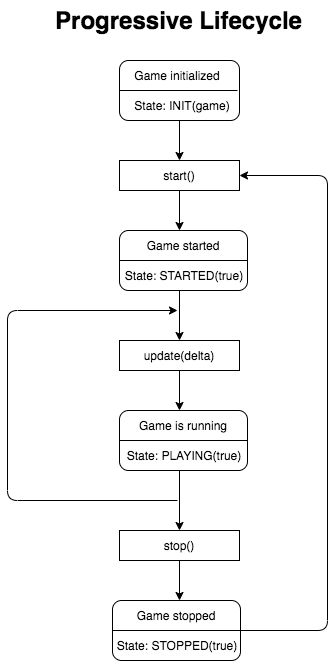
CrissNamon/progressive keeps this draw.io diagram as Progressive lifecycle.png. Above is the earlier version. Source tidied: cells renumbered, new cells last; positions are measured from the earlier drawing's top-left corner, leaving out a move shared by most shapes. Source of this version:
```xml
<mxGraphModel background="#FFFFFF">
  <root>
    <mxCell id="0" />
    <mxCell id="1" parent="0" />
    <mxCell id="2" style="rounded=1;whiteSpace=wrap;html=1;" parent="1" vertex="1">
      <mxGeometry x="112" y="60" width="120" height="60" as="geometry" />
    </mxCell>
    <mxCell id="3" style="edgeStyle=orthogonalEdgeStyle;rounded=0;jettySize=auto;html=1;exitX=0.5;exitY=1;exitDx=0;exitDy=0;entryX=0.5;entryY=0;entryDx=0;entryDy=0;" parent="1" edge="1" target="8">
      <mxGeometry relative="1" as="geometry">
        <mxPoint x="172" y="290" as="sourcePoint" />
      </mxGeometry>
    </mxCell>
    <mxCell id="4" value="start()" style="rounded=0;whiteSpace=wrap;html=1;" parent="1" vertex="1">
      <mxGeometry x="112" y="160" width="120" height="30" as="geometry" />
    </mxCell>
    <mxCell id="5" style="endArrow=classic;html=1;exitX=0.5;exitY=1;exitDx=0;exitDy=0;entryX=0.5;entryY=0;entryDx=0;entryDy=0;" parent="1" edge="1" source="2" target="4">
      <mxGeometry relative="1" as="geometry" />
    </mxCell>
    <mxCell id="6" style="endArrow=classic;html=1;exitX=0.5;exitY=1;exitDx=0;exitDy=0;entryX=0.5;entryY=0;entryDx=0;entryDy=0;" parent="1" edge="1" source="4">
      <mxGeometry relative="1" as="geometry">
        <mxPoint x="172" y="230" as="targetPoint" />
      </mxGeometry>
    </mxCell>
    <mxCell id="7" style="edgeStyle=orthogonalEdgeStyle;rounded=0;jettySize=auto;html=1;exitX=0.5;exitY=1;exitDx=0;exitDy=0;entryX=0.5;entryY=0;entryDx=0;entryDy=0;" parent="1" edge="1" source="8">
      <mxGeometry relative="1" as="geometry">
        <mxPoint x="172" y="410" as="targetPoint" />
      </mxGeometry>
    </mxCell>
    <mxCell id="8" value="update(delta)" style="rounded=0;whiteSpace=wrap;html=1;" parent="1" vertex="1">
      <mxGeometry x="112" y="340" width="120" height="30" as="geometry" />
    </mxCell>
    <mxCell id="9" style="endArrow=classic;html=1;" parent="1" edge="1">
      <mxGeometry relative="1" as="geometry">
        <mxPoint x="170" y="500" as="sourcePoint" />
        <mxPoint x="170" y="310" as="targetPoint" />
        <Array as="points">
          <mxPoint y="500" />
          <mxPoint y="310" />
        </Array>
      </mxGeometry>
    </mxCell>
    <mxCell id="10" value="stop()" style="rounded=0;whiteSpace=wrap;html=1;" parent="1" vertex="1">
      <mxGeometry x="112" y="530" width="120" height="30" as="geometry" />
    </mxCell>
    <mxCell id="11" style="endArrow=classic;html=1;entryX=0.5;entryY=0;entryDx=0;entryDy=0;exitX=0.5;exitY=1;exitDx=0;exitDy=0;" parent="1" edge="1" target="10">
      <mxGeometry relative="1" as="geometry">
        <mxPoint x="172" y="470" as="sourcePoint" />
      </mxGeometry>
    </mxCell>
    <mxCell id="12" style="endArrow=classic;html=1;entryX=0.5;entryY=0;entryDx=0;entryDy=0;exitX=0.5;exitY=1;exitDx=0;exitDy=0;" parent="1" edge="1" source="10">
      <mxGeometry relative="1" as="geometry">
        <mxPoint x="172" y="600" as="targetPoint" />
      </mxGeometry>
    </mxCell>
    <mxCell id="13" style="endArrow=classic;html=1;exitX=1;exitY=0.5;exitDx=0;exitDy=0;entryX=1;entryY=0.5;entryDx=0;entryDy=0;" parent="1" edge="1" target="4">
      <mxGeometry relative="1" as="geometry">
        <mxPoint x="232" y="630" as="sourcePoint" />
        <Array as="points">
          <mxPoint x="320" y="630" />
          <mxPoint x="320" y="175" />
        </Array>
      </mxGeometry>
    </mxCell>
    <mxCell id="14" style="line;strokeWidth=1;html=1;" parent="1" vertex="1">
      <mxGeometry x="112" y="85" width="118" height="10" as="geometry" />
    </mxCell>
    <mxCell id="15" value="Game initialized" style="text;html=1;strokeColor=none;fillColor=none;align=center;verticalAlign=middle;whiteSpace=wrap;rounded=0;" parent="1" vertex="1">
      <mxGeometry x="115" y="65" width="110" height="20" as="geometry" />
    </mxCell>
    <mxCell id="16" value="State: INIT(game)" style="text;html=1;strokeColor=none;fillColor=none;align=center;verticalAlign=middle;whiteSpace=wrap;rounded=0;" parent="1" vertex="1">
      <mxGeometry x="120" y="95" width="110" height="20" as="geometry" />
    </mxCell>
    <mxCell id="17" style="rounded=1;whiteSpace=wrap;html=1;" parent="1" vertex="1">
      <mxGeometry x="112" y="230" width="128" height="60" as="geometry" />
    </mxCell>
    <mxCell id="18" style="line;strokeWidth=1;html=1;" parent="1" vertex="1">
      <mxGeometry x="112" y="255" width="128" height="10" as="geometry" />
    </mxCell>
    <mxCell id="19" value="Game started" style="text;html=1;strokeColor=none;fillColor=none;align=center;verticalAlign=middle;whiteSpace=wrap;rounded=0;" parent="1" vertex="1">
      <mxGeometry x="121" y="235" width="110" height="20" as="geometry" />
    </mxCell>
    <mxCell id="20" value="State: STARTED(true)" style="text;html=1;strokeColor=none;fillColor=none;align=center;verticalAlign=middle;whiteSpace=wrap;rounded=0;" parent="1" vertex="1">
      <mxGeometry x="112" y="265" width="130" height="20" as="geometry" />
    </mxCell>
    <mxCell id="21" style="rounded=1;whiteSpace=wrap;html=1;" parent="1" vertex="1">
      <mxGeometry x="112" y="410" width="128" height="60" as="geometry" />
    </mxCell>
    <mxCell id="22" style="line;strokeWidth=1;html=1;" parent="1" vertex="1">
      <mxGeometry x="112" y="435" width="128" height="10" as="geometry" />
    </mxCell>
    <mxCell id="23" value="Game is running" style="text;html=1;strokeColor=none;fillColor=none;align=center;verticalAlign=middle;whiteSpace=wrap;rounded=0;" parent="1" vertex="1">
      <mxGeometry x="121" y="415" width="110" height="20" as="geometry" />
    </mxCell>
    <mxCell id="24" value="State: PLAYING(true)" style="text;html=1;strokeColor=none;fillColor=none;align=center;verticalAlign=middle;whiteSpace=wrap;rounded=0;" parent="1" vertex="1">
      <mxGeometry x="112" y="445" width="130" height="20" as="geometry" />
    </mxCell>
    <mxCell id="25" style="rounded=1;whiteSpace=wrap;html=1;" parent="1" vertex="1">
      <mxGeometry x="105" y="600" width="128" height="60" as="geometry" />
    </mxCell>
    <mxCell id="26" style="line;strokeWidth=1;html=1;" parent="1" vertex="1">
      <mxGeometry x="105" y="625" width="128" height="10" as="geometry" />
    </mxCell>
    <mxCell id="27" value="Game stopped" style="text;html=1;strokeColor=none;fillColor=none;align=center;verticalAlign=middle;whiteSpace=wrap;rounded=0;" parent="1" vertex="1">
      <mxGeometry x="114" y="605" width="110" height="20" as="geometry" />
    </mxCell>
    <mxCell id="28" value="State: STOPPED(true)" style="text;html=1;strokeColor=none;fillColor=none;align=center;verticalAlign=middle;whiteSpace=wrap;rounded=0;" parent="1" vertex="1">
      <mxGeometry x="105" y="635" width="130" height="20" as="geometry" />
    </mxCell>
    <mxCell id="29" value="Progressive Lifecycle" style="text;strokeColor=none;fillColor=none;html=1;fontSize=24;fontStyle=1;verticalAlign=middle;align=center;" parent="1" vertex="1">
      <mxGeometry x="121" width="100" height="40" as="geometry" />
    </mxCell>
  </root>
</mxGraphModel>
```
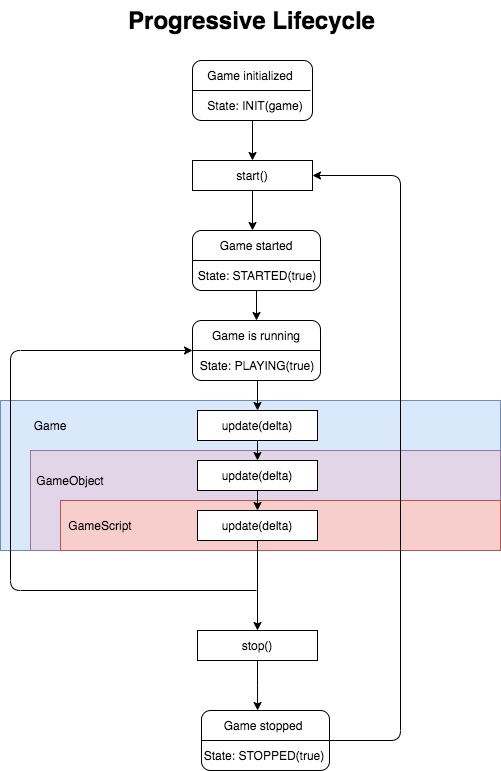
After the commit.

Commit message:
Updated lifecycle scheme

Change to the diagram source:
```diff
@@ -2,14 +2,18 @@
   <root>
     <mxCell id="0" />
     <mxCell id="1" parent="0" />
+    <mxCell id="30" style="rounded=0;whiteSpace=wrap;html=1;fillColor=#dae8fc;strokeColor=#6c8ebf;" parent="1" vertex="1">
+      <mxGeometry x="-80" y="400" width="500" height="150" as="geometry" />
+    </mxCell>
+    <mxCell id="31" style="rounded=0;whiteSpace=wrap;html=1;fillColor=#e1d5e7;strokeColor=#9673a6;" parent="1" vertex="1">
+      <mxGeometry x="-50" y="450" width="470" height="100" as="geometry" />
+    </mxCell>
+    <mxCell id="32" style="rounded=0;whiteSpace=wrap;html=1;fillColor=#f8cecc;strokeColor=#b85450;" parent="1" vertex="1">
+      <mxGeometry x="-20" y="500" width="440" height="50" as="geometry" />
+    </mxCell>
     <mxCell id="2" style="rounded=1;whiteSpace=wrap;html=1;" parent="1" vertex="1">
       <mxGeometry x="112" y="60" width="120" height="60" as="geometry" />
     </mxCell>
-    <mxCell id="3" style="edgeStyle=orthogonalEdgeStyle;rounded=0;jettySize=auto;html=1;exitX=0.5;exitY=1;exitDx=0;exitDy=0;entryX=0.5;entryY=0;entryDx=0;entryDy=0;" parent="1" edge="1" target="8">
-      <mxGeometry relative="1" as="geometry">
-        <mxPoint x="172" y="290" as="sourcePoint" />
-      </mxGeometry>
-    </mxCell>
     <mxCell id="4" value="start()" style="rounded=0;whiteSpace=wrap;html=1;" parent="1" vertex="1">
       <mxGeometry x="112" y="160" width="120" height="30" as="geometry" />
     </mxCell>
@@ -21,42 +25,22 @@
         <mxPoint x="172" y="230" as="targetPoint" />
       </mxGeometry>
     </mxCell>
-    <mxCell id="7" style="edgeStyle=orthogonalEdgeStyle;rounded=0;jettySize=auto;html=1;exitX=0.5;exitY=1;exitDx=0;exitDy=0;entryX=0.5;entryY=0;entryDx=0;entryDy=0;" parent="1" edge="1" source="8">
-      <mxGeometry relative="1" as="geometry">
-        <mxPoint x="172" y="410" as="targetPoint" />
-      </mxGeometry>
-    </mxCell>
+    <mxCell id="33" style="edgeStyle=orthogonalEdgeStyle;rounded=0;jettySize=auto;html=1;exitX=0.5;exitY=1;exitDx=0;exitDy=0;entryX=0.5;entryY=0;entryDx=0;entryDy=0;" parent="1" edge="1" source="8" target="39">
+      <mxGeometry relative="1" as="geometry" />
+    </mxCell>
     <mxCell id="8" value="update(delta)" style="rounded=0;whiteSpace=wrap;html=1;" parent="1" vertex="1">
-      <mxGeometry x="112" y="340" width="120" height="30" as="geometry" />
+      <mxGeometry x="117" y="410" width="120" height="30" as="geometry" />
     </mxCell>
-    <mxCell id="9" style="endArrow=classic;html=1;" parent="1" edge="1">
-      <mxGeometry relative="1" as="geometry">
-        <mxPoint x="170" y="500" as="sourcePoint" />
-        <mxPoint x="170" y="310" as="targetPoint" />
-        <Array as="points">
-          <mxPoint y="500" />
-          <mxPoint y="310" />
-        </Array>
-      </mxGeometry>
-    </mxCell>
+    <mxCell id="34" style="edgeStyle=orthogonalEdgeStyle;rounded=0;jettySize=auto;html=1;exitX=0.5;exitY=1;exitDx=0;exitDy=0;entryX=0.438;entryY=0;entryDx=0;entryDy=0;entryPerimeter=0;" parent="1" edge="1" source="10" target="25">
+      <mxGeometry relative="1" as="geometry" />
+    </mxCell>
     <mxCell id="10" value="stop()" style="rounded=0;whiteSpace=wrap;html=1;" parent="1" vertex="1">
-      <mxGeometry x="112" y="530" width="120" height="30" as="geometry" />
+      <mxGeometry x="117" y="630" width="120" height="30" as="geometry" />
     </mxCell>
-    <mxCell id="11" style="endArrow=classic;html=1;entryX=0.5;entryY=0;entryDx=0;entryDy=0;exitX=0.5;exitY=1;exitDx=0;exitDy=0;" parent="1" edge="1" target="10">
-      <mxGeometry relative="1" as="geometry">
-        <mxPoint x="172" y="470" as="sourcePoint" />
-      </mxGeometry>
-    </mxCell>
-    <mxCell id="12" style="endArrow=classic;html=1;entryX=0.5;entryY=0;entryDx=0;entryDy=0;exitX=0.5;exitY=1;exitDx=0;exitDy=0;" parent="1" edge="1" source="10">
-      <mxGeometry relative="1" as="geometry">
-        <mxPoint x="172" y="600" as="targetPoint" />
-      </mxGeometry>
-    </mxCell>
-    <mxCell id="13" style="endArrow=classic;html=1;exitX=1;exitY=0.5;exitDx=0;exitDy=0;entryX=1;entryY=0.5;entryDx=0;entryDy=0;" parent="1" edge="1" target="4">
+    <mxCell id="13" style="endArrow=classic;html=1;exitX=1;exitY=0.5;exitDx=0;exitDy=0;entryX=1;entryY=0.5;entryDx=0;entryDy=0;" parent="1" edge="1" source="25" target="4">
       <mxGeometry relative="1" as="geometry">
-        <mxPoint x="232" y="630" as="sourcePoint" />
         <Array as="points">
-          <mxPoint x="320" y="630" />
+          <mxPoint x="320" y="740" />
           <mxPoint x="320" y="175" />
         </Array>
       </mxGeometry>
@@ -70,6 +54,9 @@
     <mxCell id="16" value="State: INIT(game)" style="text;html=1;strokeColor=none;fillColor=none;align=center;verticalAlign=middle;whiteSpace=wrap;rounded=0;" parent="1" vertex="1">
       <mxGeometry x="120" y="95" width="110" height="20" as="geometry" />
     </mxCell>
+    <mxCell id="35" style="edgeStyle=orthogonalEdgeStyle;rounded=0;jettySize=auto;html=1;exitX=0.5;exitY=1;exitDx=0;exitDy=0;entryX=0.5;entryY=0;entryDx=0;entryDy=0;" parent="1" edge="1" source="17" target="21">
+      <mxGeometry relative="1" as="geometry" />
+    </mxCell>
     <mxCell id="17" style="rounded=1;whiteSpace=wrap;html=1;" parent="1" vertex="1">
       <mxGeometry x="112" y="230" width="128" height="60" as="geometry" />
     </mxCell>
@@ -82,32 +69,65 @@
     <mxCell id="20" value="State: STARTED(true)" style="text;html=1;strokeColor=none;fillColor=none;align=center;verticalAlign=middle;whiteSpace=wrap;rounded=0;" parent="1" vertex="1">
       <mxGeometry x="112" y="265" width="130" height="20" as="geometry" />
     </mxCell>
+    <mxCell id="36" style="edgeStyle=orthogonalEdgeStyle;rounded=0;jettySize=auto;html=1;exitX=0.5;exitY=1;exitDx=0;exitDy=0;entryX=0.5;entryY=0;entryDx=0;entryDy=0;" parent="1" edge="1" source="21" target="8">
+      <mxGeometry relative="1" as="geometry" />
+    </mxCell>
     <mxCell id="21" style="rounded=1;whiteSpace=wrap;html=1;" parent="1" vertex="1">
-      <mxGeometry x="112" y="410" width="128" height="60" as="geometry" />
+      <mxGeometry x="112" y="320" width="128" height="60" as="geometry" />
     </mxCell>
     <mxCell id="22" style="line;strokeWidth=1;html=1;" parent="1" vertex="1">
-      <mxGeometry x="112" y="435" width="128" height="10" as="geometry" />
+      <mxGeometry x="112" y="345" width="128" height="10" as="geometry" />
     </mxCell>
     <mxCell id="23" value="Game is running" style="text;html=1;strokeColor=none;fillColor=none;align=center;verticalAlign=middle;whiteSpace=wrap;rounded=0;" parent="1" vertex="1">
-      <mxGeometry x="121" y="415" width="110" height="20" as="geometry" />
+      <mxGeometry x="121" y="325" width="110" height="20" as="geometry" />
     </mxCell>
     <mxCell id="24" value="State: PLAYING(true)" style="text;html=1;strokeColor=none;fillColor=none;align=center;verticalAlign=middle;whiteSpace=wrap;rounded=0;" parent="1" vertex="1">
-      <mxGeometry x="112" y="445" width="130" height="20" as="geometry" />
+      <mxGeometry x="112" y="355" width="130" height="20" as="geometry" />
     </mxCell>
     <mxCell id="25" style="rounded=1;whiteSpace=wrap;html=1;" parent="1" vertex="1">
-      <mxGeometry x="105" y="600" width="128" height="60" as="geometry" />
+      <mxGeometry x="121" y="710" width="128" height="60" as="geometry" />
     </mxCell>
     <mxCell id="26" style="line;strokeWidth=1;html=1;" parent="1" vertex="1">
-      <mxGeometry x="105" y="625" width="128" height="10" as="geometry" />
+      <mxGeometry x="121" y="735" width="128" height="10" as="geometry" />
     </mxCell>
     <mxCell id="27" value="Game stopped" style="text;html=1;strokeColor=none;fillColor=none;align=center;verticalAlign=middle;whiteSpace=wrap;rounded=0;" parent="1" vertex="1">
-      <mxGeometry x="114" y="605" width="110" height="20" as="geometry" />
+      <mxGeometry x="128" y="715" width="110" height="20" as="geometry" />
     </mxCell>
     <mxCell id="28" value="State: STOPPED(true)" style="text;html=1;strokeColor=none;fillColor=none;align=center;verticalAlign=middle;whiteSpace=wrap;rounded=0;" parent="1" vertex="1">
-      <mxGeometry x="105" y="635" width="130" height="20" as="geometry" />
+      <mxGeometry x="119" y="745" width="130" height="20" as="geometry" />
     </mxCell>
     <mxCell id="29" value="Progressive Lifecycle" style="text;strokeColor=none;fillColor=none;html=1;fontSize=24;fontStyle=1;verticalAlign=middle;align=center;" parent="1" vertex="1">
       <mxGeometry x="121" width="100" height="40" as="geometry" />
     </mxCell>
+    <mxCell id="37" value="Game" style="text;html=1;strokeColor=none;fillColor=none;align=center;verticalAlign=middle;whiteSpace=wrap;rounded=0;" parent="1" vertex="1">
+      <mxGeometry x="-50" y="415" width="40" height="20" as="geometry" />
+    </mxCell>
+    <mxCell id="38" style="edgeStyle=orthogonalEdgeStyle;rounded=0;jettySize=auto;html=1;exitX=0.5;exitY=1;exitDx=0;exitDy=0;entryX=0.5;entryY=0;entryDx=0;entryDy=0;" parent="1" edge="1" source="39" target="42">
+      <mxGeometry relative="1" as="geometry" />
+    </mxCell>
+    <mxCell id="39" value="update(delta)" style="rounded=0;whiteSpace=wrap;html=1;" parent="1" vertex="1">
+      <mxGeometry x="117" y="460" width="120" height="30" as="geometry" />
+    </mxCell>
+    <mxCell id="40" value="GameObject" style="text;html=1;strokeColor=none;fillColor=none;align=center;verticalAlign=middle;whiteSpace=wrap;rounded=0;" parent="1" vertex="1">
+      <mxGeometry x="-30" y="470" width="40" height="20" as="geometry" />
+    </mxCell>
+    <mxCell id="41" style="edgeStyle=orthogonalEdgeStyle;rounded=0;jettySize=auto;html=1;exitX=0.5;exitY=1;exitDx=0;exitDy=0;entryX=0.5;entryY=0;entryDx=0;entryDy=0;" parent="1" edge="1" source="42" target="10">
+      <mxGeometry relative="1" as="geometry" />
+    </mxCell>
+    <mxCell id="42" value="update(delta)" style="rounded=0;whiteSpace=wrap;html=1;" parent="1" vertex="1">
+      <mxGeometry x="117" y="510" width="120" height="30" as="geometry" />
+    </mxCell>
+    <mxCell id="43" value="GameScript" style="text;html=1;strokeColor=none;fillColor=none;align=center;verticalAlign=middle;whiteSpace=wrap;rounded=0;" parent="1" vertex="1">
+      <mxGeometry y="515" width="40" height="20" as="geometry" />
+    </mxCell>
+    <mxCell id="44" style="endArrow=classic;html=1;entryX=0;entryY=0.5;entryDx=0;entryDy=0;" parent="1" edge="1" target="21">
+      <mxGeometry relative="1" as="geometry">
+        <mxPoint x="176" y="590" as="sourcePoint" />
+        <Array as="points">
+          <mxPoint x="-70" y="590" />
+          <mxPoint x="-70" y="350" />
+        </Array>
+      </mxGeometry>
+    </mxCell>
   </root>
 </mxGraphModel>
```
